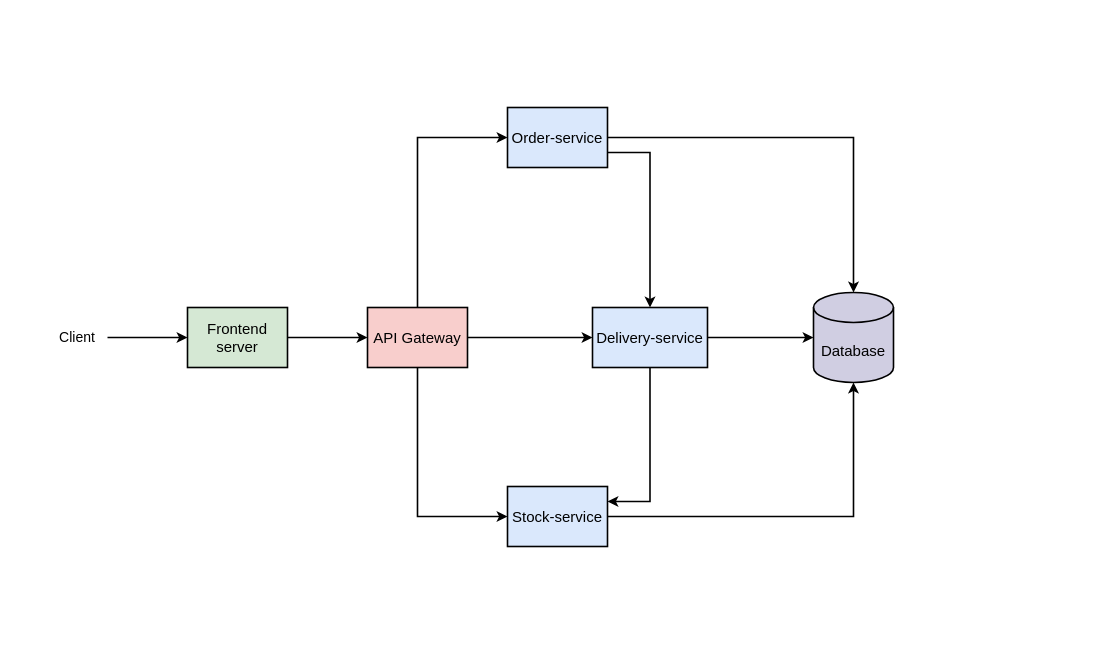
sandeepgit32/fast-delivery-app-simulation-microservices keeps this draw.io diagram as architecture.drawio. Above is the earlier version. Source tidied: cells renumbered, new cells numbered last; positions are measured from the earlier drawing's top-left corner, leaving out a move shared by most shapes. Both pictures are drawn from the tidied source at 100%, with x=0, y=0 at pixel (47, 107).
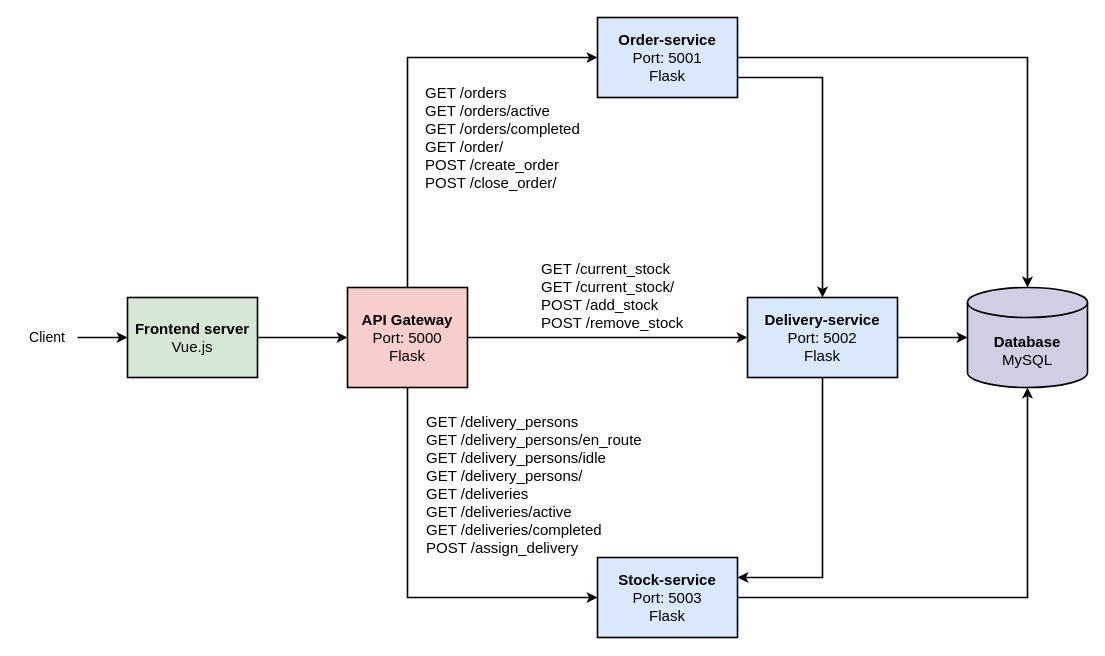
The same diagram, later.

The edit, as a diff of the source:
```diff
@@
-    <mxCell id="2" value="&lt;font style=&quot;font-size: 15px;&quot;&gt;Database&lt;/font&gt;" style="shape=cylinder3;whiteSpace=wrap;html=1;boundedLbl=1;backgroundOutline=1;size=15;strokeWidth=1.6;fillColor=#d0cee2;strokeColor=#000000;" parent="1" vertex="1">
-      <mxGeometry x="766" y="185" width="80" height="90" as="geometry" />
+    <mxCell id="2" value="&lt;font style=&quot;font-size: 15px;&quot;&gt;&lt;b&gt;Database&lt;/b&gt;&lt;/font&gt;&lt;div&gt;&lt;font style=&quot;font-size: 15px;&quot;&gt;MySQL&lt;/font&gt;&lt;/div&gt;" style="shape=cylinder3;whiteSpace=wrap;html=1;boundedLbl=1;backgroundOutline=1;size=15;strokeWidth=1.6;fillColor=#d0cee2;strokeColor=#000000;" parent="1" vertex="1">
+      <mxGeometry x="920" y="180" width="120" height="100" as="geometry" />
     </mxCell>
@@
-    <mxCell id="6" value="&lt;font style=&quot;font-size: 15px;&quot;&gt;API Gateway&lt;/font&gt;" style="rounded=0;whiteSpace=wrap;html=1;strokeWidth=1.6;fillColor=#f8cecc;strokeColor=#000000;" parent="1" vertex="1">
-      <mxGeometry x="320" y="200" width="100" height="60" as="geometry" />
+    <mxCell id="6" value="&lt;font style=&quot;font-size: 15px;&quot;&gt;&lt;b&gt;API Gateway&lt;/b&gt;&lt;/font&gt;&lt;div&gt;&lt;font style=&quot;font-size: 15px;&quot;&gt;Port: 5000&lt;/font&gt;&lt;/div&gt;&lt;div&gt;&lt;font style=&quot;font-size: 15px;&quot;&gt;Flask&lt;/font&gt;&lt;/div&gt;" style="rounded=0;whiteSpace=wrap;html=1;strokeWidth=1.6;fillColor=#f8cecc;strokeColor=#000000;" parent="1" vertex="1">
+      <mxGeometry x="300" y="180" width="120" height="100" as="geometry" />
     </mxCell>
@@
-    <mxCell id="9" value="&lt;font style=&quot;font-size: 15px;&quot;&gt;Delivery-service&lt;/font&gt;" style="rounded=0;whiteSpace=wrap;html=1;strokeWidth=1.6;fillColor=#dae8fc;strokeColor=#000000;" parent="1" vertex="1">
-      <mxGeometry x="545" y="200" width="115" height="60" as="geometry" />
+    <mxCell id="9" value="&lt;font style=&quot;font-size: 15px;&quot;&gt;&lt;b&gt;Delivery-service&lt;/b&gt;&lt;/font&gt;&lt;div&gt;&lt;font style=&quot;font-size: 15px;&quot;&gt;Port: 5002&lt;/font&gt;&lt;/div&gt;&lt;div&gt;&lt;font style=&quot;font-size: 15px;&quot;&gt;Flask&lt;/font&gt;&lt;/div&gt;" style="rounded=0;whiteSpace=wrap;html=1;strokeWidth=1.6;fillColor=#dae8fc;strokeColor=#000000;" parent="1" vertex="1">
+      <mxGeometry x="700" y="190" width="150" height="80" as="geometry" />
     </mxCell>
-    <mxCell id="10" value="&lt;font style=&quot;font-size: 15px;&quot;&gt;Stock-service&lt;/font&gt;" style="rounded=0;whiteSpace=wrap;html=1;strokeWidth=1.6;fillColor=#dae8fc;strokeColor=#000000;" parent="1" vertex="1">
-      <mxGeometry x="460" y="379" width="100" height="60" as="geometry" />
+    <mxCell id="10" value="&lt;font style=&quot;font-size: 15px;&quot;&gt;&lt;b&gt;Stock-service&lt;/b&gt;&lt;/font&gt;&lt;div&gt;&lt;font style=&quot;font-size: 15px;&quot;&gt;Port: 5003&lt;/font&gt;&lt;/div&gt;&lt;div&gt;&lt;font style=&quot;font-size: 15px;&quot;&gt;Flask&lt;/font&gt;&lt;/div&gt;" style="rounded=0;whiteSpace=wrap;html=1;strokeWidth=1.6;fillColor=#dae8fc;strokeColor=#000000;" parent="1" vertex="1">
+      <mxGeometry x="550" y="450" width="140" height="80" as="geometry" />
     </mxCell>
@@
-    <mxCell id="13" value="&lt;font style=&quot;font-size: 15px;&quot;&gt;Order-service&lt;/font&gt;" style="rounded=0;whiteSpace=wrap;html=1;strokeWidth=1.6;fillColor=#dae8fc;strokeColor=#000000;" parent="1" vertex="1">
-      <mxGeometry x="460" width="100" height="60" as="geometry" />
+    <mxCell id="13" value="&lt;font style=&quot;font-size: 15px;&quot;&gt;&lt;b&gt;Order-service&lt;/b&gt;&lt;/font&gt;&lt;div&gt;&lt;font style=&quot;font-size: 15px;&quot;&gt;Port: 5001&lt;/font&gt;&lt;/div&gt;&lt;div&gt;&lt;font style=&quot;font-size: 15px;&quot;&gt;Flask&lt;/font&gt;&lt;/div&gt;" style="rounded=0;whiteSpace=wrap;html=1;strokeWidth=1.6;fillColor=#dae8fc;strokeColor=#000000;" parent="1" vertex="1">
+      <mxGeometry x="550" y="-90" width="140" height="80" as="geometry" />
     </mxCell>
@@
-    <mxCell id="15" value="&lt;font style=&quot;font-size: 15px;&quot;&gt;Frontend server&lt;/font&gt;" style="rounded=0;whiteSpace=wrap;html=1;strokeWidth=1.6;fillColor=#d5e8d4;strokeColor=#000000;" parent="1" vertex="1">
-      <mxGeometry x="140" y="200" width="100" height="60" as="geometry" />
+    <mxCell id="15" value="&lt;font style=&quot;font-size: 15px;&quot;&gt;&lt;b&gt;Frontend server&lt;/b&gt;&lt;/font&gt;&lt;div&gt;&lt;font style=&quot;font-size: 15px;&quot;&gt;Vue.js&lt;/font&gt;&lt;/div&gt;" style="rounded=0;whiteSpace=wrap;html=1;strokeWidth=1.6;fillColor=#d5e8d4;strokeColor=#000000;" parent="1" vertex="1">
+      <mxGeometry x="80" y="190" width="130" height="80" as="geometry" />
     </mxCell>
-    <mxCell id="16" style="endArrow=classic;html=1;rounded=0;entryX=0;entryY=0.5;entryDx=0;entryDy=0;strokeWidth=1.6;" parent="1" edge="1" target="15">
-      <mxGeometry relative="1" as="geometry">
-        <mxPoint x="60" y="230" as="sourcePoint" />
-      </mxGeometry>
+    <mxCell id="16" style="endArrow=classic;html=1;rounded=0;entryX=0;entryY=0.5;entryDx=0;entryDy=0;strokeWidth=1.6;exitX=1;exitY=0.5;exitDx=0;exitDy=0;" parent="1" edge="1" source="18" target="15">
+      <mxGeometry relative="1" as="geometry" />
     </mxCell>
@@
     <mxCell id="18" value="&lt;font style=&quot;font-size: 14px;&quot;&gt;Client&lt;/font&gt;" style="text;html=1;align=center;verticalAlign=middle;whiteSpace=wrap;rounded=0;" parent="1" vertex="1">
-      <mxGeometry y="215" width="60" height="30" as="geometry" />
+      <mxGeometry x="-30" y="215" width="60" height="30" as="geometry" />
     </mxCell>
+    <mxCell id="19" value="&lt;font style=&quot;font-size: 15px;&quot;&gt;GET /orders&lt;br&gt;GET /orders/active&lt;br&gt;GET /orders/completed&lt;br&gt;GET /order/&lt;br&gt;POST /create_order&lt;br&gt;POST /close_order/&lt;/font&gt;" style="text;whiteSpace=wrap;html=1;" parent="1" vertex="1">
+      <mxGeometry x="376" y="-30" width="160" height="110" as="geometry" />
+    </mxCell>
+    <mxCell id="20" value="&lt;font style=&quot;font-size: 15px;&quot;&gt;GET /delivery_persons&lt;br&gt;GET /delivery_persons/en_route&lt;br&gt;GET /delivery_persons/idle&lt;br&gt;GET /delivery_persons/&lt;br&gt;GET /deliveries&lt;br&gt;GET /deliveries/active&lt;br&gt;GET /deliveries/completed&lt;br&gt;POST /assign_delivery&lt;/font&gt;" style="text;whiteSpace=wrap;html=1;" parent="1" vertex="1">
+      <mxGeometry x="377" y="299" width="230" height="140" as="geometry" />
+    </mxCell>
+    <mxCell id="21" value="&lt;font style=&quot;font-size: 15px;&quot;&gt;GET /current_stock&lt;br&gt;GET /current_stock/&lt;br&gt;POST /add_stock&lt;br&gt;POST /remove_stock&lt;/font&gt;" style="text;whiteSpace=wrap;html=1;" parent="1" vertex="1">
+      <mxGeometry x="492" y="146" width="150" height="80" as="geometry" />
+    </mxCell>
```
